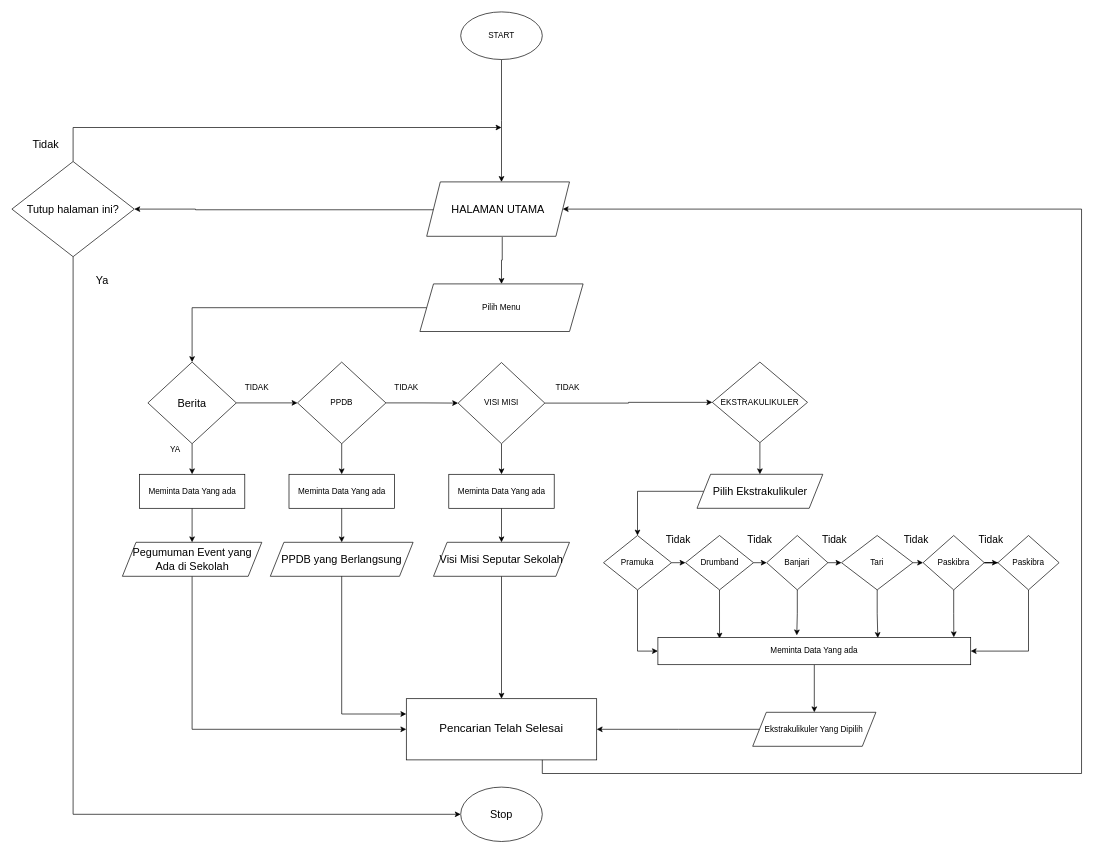
Sretes-PiceF/UPK keeps this draw.io diagram as analisis sistem.drawio. Above is the earlier version. Source tidied: cells renumbered, new cells numbered last; positions are measured from the earlier drawing's top-left corner, leaving out a move shared by most shapes. Both pictures are drawn from the tidied source at 68%, with x=0, y=0 at pixel (12, 12).
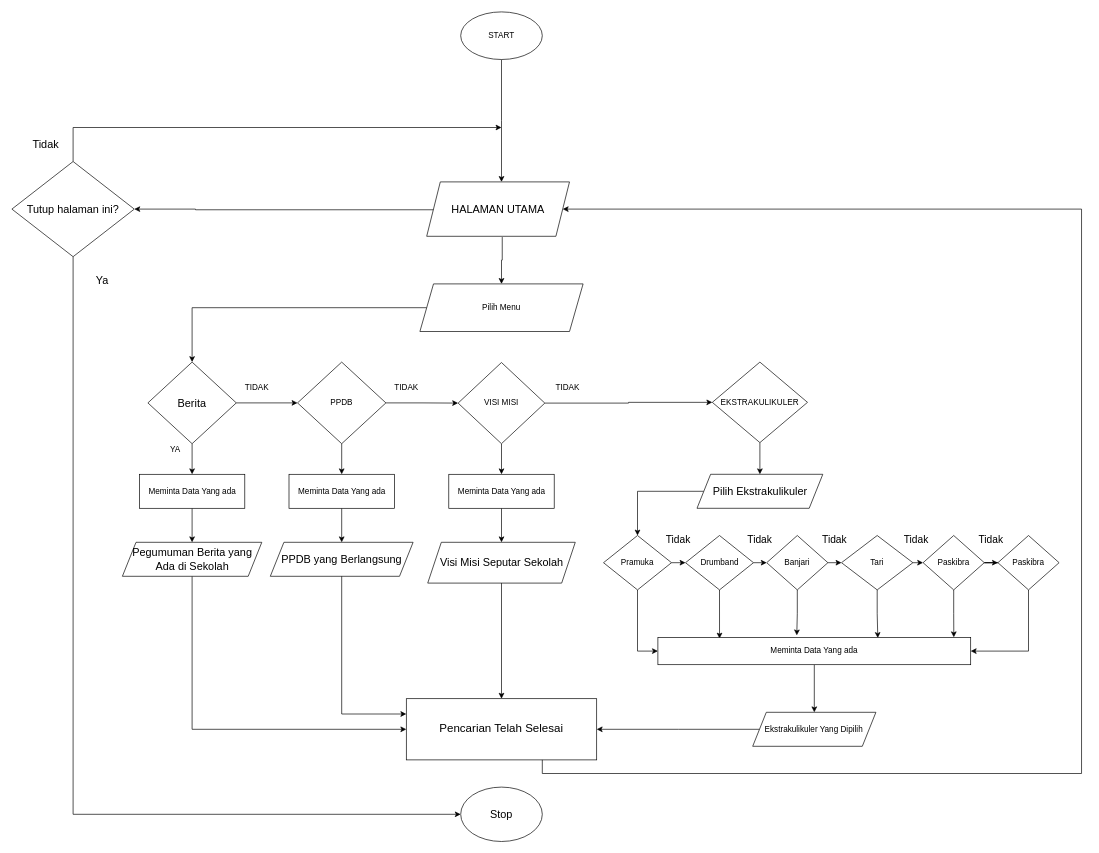
Above is the later version.

Unchanged cells that the change refers to:
```xml
<mxCell id="18" value="&lt;font style=&quot;font-size: 17px;&quot;&gt;Pencarian Telah Selesai&lt;/font&gt;" style="rounded=0;whiteSpace=wrap;html=1;" parent="1" vertex="1">
  <mxGeometry x="580" y="1010" width="280" height="90" as="geometry" />
</mxCell>
<mxCell id="37" value="Meminta Data Yang ada" style="rounded=0;whiteSpace=wrap;html=1;" parent="1" vertex="1">
  <mxGeometry x="642.5" y="680" width="155" height="50" as="geometry" />
</mxCell>
```

What changed in the source:
```diff
@@
-    <mxCell id="12" value="&lt;div&gt;&lt;font style=&quot;font-size: 16px;&quot;&gt;Pegumuman Event yang&lt;/font&gt;&lt;/div&gt;&lt;div&gt;&lt;font style=&quot;font-size: 16px;&quot;&gt;Ada di Sekolah&lt;br&gt;&lt;/font&gt;&lt;/div&gt;" style="shape=parallelogram;perimeter=parallelogramPerimeter;whiteSpace=wrap;html=1;fixedSize=1;" parent="1" vertex="1">
+    <mxCell id="12" value="&lt;div&gt;&lt;font style=&quot;font-size: 16px;&quot;&gt;Pegumuman Berita yang&lt;/font&gt;&lt;/div&gt;&lt;div&gt;&lt;font style=&quot;font-size: 16px;&quot;&gt;Ada di Sekolah&lt;br&gt;&lt;/font&gt;&lt;/div&gt;" style="shape=parallelogram;perimeter=parallelogramPerimeter;whiteSpace=wrap;html=1;fixedSize=1;" parent="1" vertex="1">
       <mxGeometry x="162.5" y="780" width="205" height="50" as="geometry" />
     </mxCell>
@@
-    <mxCell id="14" style="edgeStyle=orthogonalEdgeStyle;rounded=0;jettySize=auto;html=1;exitX=0.5;exitY=1;exitDx=0;exitDy=0;entryX=0.5;entryY=0;entryDx=0;entryDy=0;" parent="1" edge="1" source="15" target="18">
+    <mxCell id="14" style="edgeStyle=orthogonalEdgeStyle;rounded=0;jettySize=auto;html=1;" parent="1" edge="1" source="15" target="18">
       <mxGeometry relative="1" as="geometry" />
     </mxCell>
     <mxCell id="15" value="&lt;font style=&quot;font-size: 16px;&quot;&gt;Visi Misi Seputar Sekolah&lt;/font&gt;" style="shape=parallelogram;perimeter=parallelogramPerimeter;whiteSpace=wrap;html=1;fixedSize=1;" parent="1" vertex="1">
-      <mxGeometry x="620" y="780" width="200" height="50" as="geometry" />
+      <mxGeometry x="611.5" y="780" width="217" height="60" as="geometry" />
     </mxCell>
@@
-    <mxCell id="36" style="edgeStyle=orthogonalEdgeStyle;rounded=0;jettySize=auto;html=1;exitX=0.5;exitY=1;exitDx=0;exitDy=0;entryX=0.5;entryY=0;entryDx=0;entryDy=0;" parent="1" edge="1" source="37" target="15">
+    <mxCell id="36" style="edgeStyle=orthogonalEdgeStyle;rounded=0;jettySize=auto;html=1;" parent="1" edge="1" source="37" target="15">
       <mxGeometry relative="1" as="geometry" />
     </mxCell>
```
